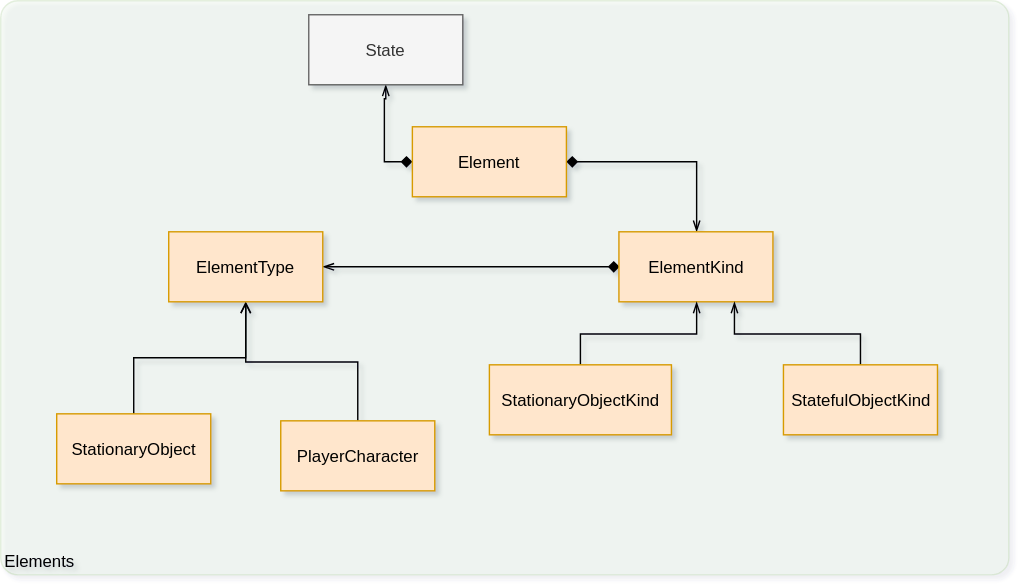
Earlier version of the draw.io export doc/KGRESS-Code - Elements.svg (kevinvandenbreemen/kgress). Source tidied: cells renumbered, new cells last; positions are measured from the earlier drawing's top-left corner, leaving out a move shared by most shapes. Source of this version:
```xml
<mxGraphModel>
  <root>
    <mxCell id="0" />
    <mxCell id="1" parent="0" />
    <object id="2" label="&lt;div style=&quot;text-align: left&quot;&gt;Elements&lt;/div&gt;" c4Application="applicationAndVersion" c4Name="name" c4Type="ExecutionEnvironment" placeholders="1">
      <mxCell style="rounded=1;whiteSpace=wrap;html=1;labelBackgroundColor=none;fillColor=#d5e8d4;align=left;arcSize=3;strokeColor=#82b366;verticalAlign=bottom;opacity=20;" parent="1" vertex="1">
        <mxGeometry width="720" height="410" as="geometry" />
      </mxCell>
    </object>
    <mxCell id="3" style="edgeStyle=orthogonalEdgeStyle;rounded=0;jettySize=auto;html=1;exitX=1;exitY=0.5;exitDx=0;exitDy=0;entryX=0.5;entryY=0;entryDx=0;entryDy=0;startArrow=diamond;startFill=1;endArrow=openThin;endFill=0;" parent="1" edge="1" source="5" target="7">
      <mxGeometry relative="1" as="geometry" />
    </mxCell>
    <mxCell id="4" style="edgeStyle=orthogonalEdgeStyle;rounded=0;jettySize=auto;html=1;exitX=0;exitY=0.5;exitDx=0;exitDy=0;entryX=0.5;entryY=1;entryDx=0;entryDy=0;startArrow=diamond;startFill=1;endArrow=openThin;endFill=0;" parent="1" edge="1" source="5" target="17">
      <mxGeometry relative="1" as="geometry" />
    </mxCell>
    <mxCell id="5" value="Element" style="html=1;fillColor=#ffe6cc;strokeColor=#d79b00;" parent="1" vertex="1">
      <mxGeometry x="294" y="90" width="110" height="50" as="geometry" />
    </mxCell>
    <mxCell id="6" style="edgeStyle=orthogonalEdgeStyle;rounded=0;jettySize=auto;html=1;exitX=0;exitY=0.5;exitDx=0;exitDy=0;startArrow=diamond;startFill=1;endArrow=openThin;endFill=0;" parent="1" edge="1" source="7" target="14">
      <mxGeometry relative="1" as="geometry" />
    </mxCell>
    <mxCell id="7" value="ElementKind" style="html=1;fillColor=#ffe6cc;strokeColor=#d79b00;" parent="1" vertex="1">
      <mxGeometry x="441.5" y="165" width="110" height="50" as="geometry" />
    </mxCell>
    <mxCell id="8" style="edgeStyle=orthogonalEdgeStyle;rounded=0;jettySize=auto;html=1;exitX=0.5;exitY=0;exitDx=0;exitDy=0;entryX=0.5;entryY=1;entryDx=0;entryDy=0;startArrow=none;startFill=0;endArrow=openThin;endFill=0;" parent="1" edge="1" source="9" target="7">
      <mxGeometry relative="1" as="geometry" />
    </mxCell>
    <mxCell id="9" value="StationaryObjectKind&lt;br&gt;" style="html=1;fillColor=#ffe6cc;strokeColor=#d79b00;" parent="1" vertex="1">
      <mxGeometry x="349" y="260" width="130" height="50" as="geometry" />
    </mxCell>
    <mxCell id="10" style="edgeStyle=orthogonalEdgeStyle;rounded=0;jettySize=auto;html=1;exitX=0.5;exitY=0;exitDx=0;exitDy=0;entryX=0.75;entryY=1;entryDx=0;entryDy=0;startArrow=none;startFill=0;endArrow=openThin;endFill=0;" parent="1" edge="1" source="11" target="7">
      <mxGeometry relative="1" as="geometry" />
    </mxCell>
    <mxCell id="11" value="StatefulObjectKind" style="html=1;fillColor=#ffe6cc;strokeColor=#d79b00;" parent="1" vertex="1">
      <mxGeometry x="559" y="260" width="110" height="50" as="geometry" />
    </mxCell>
    <mxCell id="12" style="edgeStyle=orthogonalEdgeStyle;rounded=0;jettySize=auto;html=1;startArrow=open;startFill=0;endArrow=none;endFill=0;" parent="1" edge="1" source="14" target="16">
      <mxGeometry relative="1" as="geometry" />
    </mxCell>
    <mxCell id="13" style="edgeStyle=orthogonalEdgeStyle;rounded=0;jettySize=auto;html=1;startArrow=open;startFill=0;endArrow=none;endFill=0;" parent="1" edge="1" source="14" target="15">
      <mxGeometry relative="1" as="geometry" />
    </mxCell>
    <mxCell id="14" value="ElementType" style="html=1;fillColor=#ffe6cc;strokeColor=#d79b00;" parent="1" vertex="1">
      <mxGeometry x="120" y="165" width="110" height="50" as="geometry" />
    </mxCell>
    <mxCell id="15" value="PlayerCharacter" style="html=1;fillColor=#ffe6cc;strokeColor=#d79b00;" parent="1" vertex="1">
      <mxGeometry x="200" y="300" width="110" height="50" as="geometry" />
    </mxCell>
    <mxCell id="16" value="StationaryObject" style="html=1;fillColor=#ffe6cc;strokeColor=#d79b00;" parent="1" vertex="1">
      <mxGeometry x="40" y="295" width="110" height="50" as="geometry" />
    </mxCell>
    <mxCell id="17" value="State" style="html=1;fillColor=#f5f5f5;strokeColor=#666666;fontColor=#333333;" parent="1" vertex="1">
      <mxGeometry x="220" y="10" width="110" height="50" as="geometry" />
    </mxCell>
  </root>
</mxGraphModel>
```
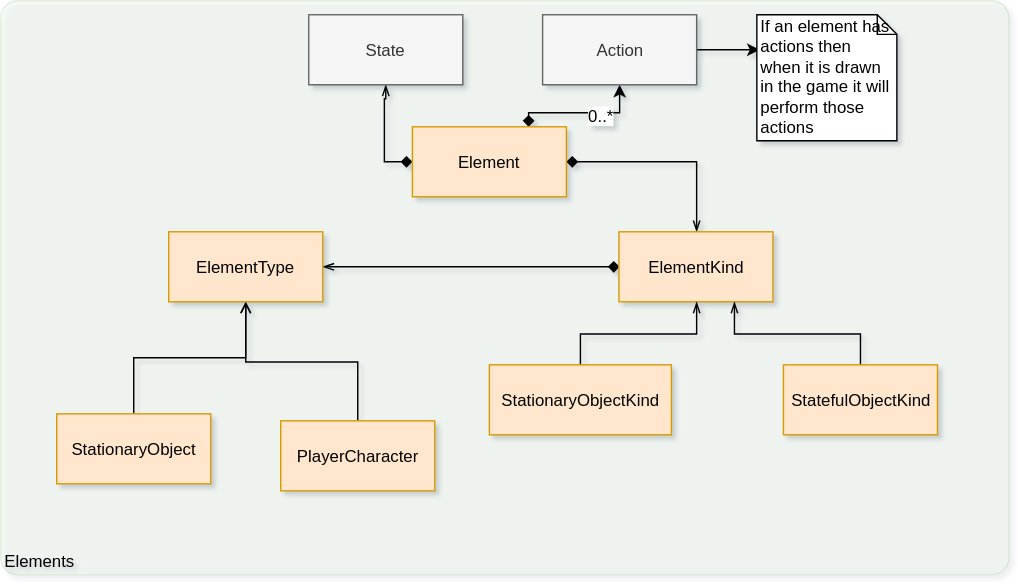
After the commit.

The edit, as a diff of the source:
```diff
@@ -13,6 +13,17 @@
     <mxCell id="4" style="edgeStyle=orthogonalEdgeStyle;rounded=0;jettySize=auto;html=1;exitX=0;exitY=0.5;exitDx=0;exitDy=0;entryX=0.5;entryY=1;entryDx=0;entryDy=0;startArrow=diamond;startFill=1;endArrow=openThin;endFill=0;" parent="1" edge="1" source="5" target="17">
       <mxGeometry relative="1" as="geometry" />
     </mxCell>
+    <mxCell id="18" style="edgeStyle=orthogonalEdgeStyle;rounded=0;jettySize=auto;html=1;exitX=0.75;exitY=0;exitDx=0;exitDy=0;entryX=0.5;entryY=1;entryDx=0;entryDy=0;startArrow=diamond;startFill=1;" parent="1" edge="1" source="5" target="21">
+      <mxGeometry relative="1" as="geometry">
+        <Array as="points">
+          <mxPoint x="377" y="80" />
+          <mxPoint x="442" y="80" />
+        </Array>
+      </mxGeometry>
+    </mxCell>
+    <mxCell id="19" value="0..*" style="text;html=1;align=center;verticalAlign=middle;labelBackgroundColor=#ffffff;" parent="18" vertex="1">
+      <mxGeometry x="0.28" y="-1" relative="1" as="geometry" />
+    </mxCell>
     <mxCell id="5" value="Element" style="html=1;fillColor=#ffe6cc;strokeColor=#d79b00;" parent="1" vertex="1">
       <mxGeometry x="294" y="90" width="110" height="50" as="geometry" />
     </mxCell>
@@ -52,5 +63,14 @@
     <mxCell id="17" value="State" style="html=1;fillColor=#f5f5f5;strokeColor=#666666;fontColor=#333333;" parent="1" vertex="1">
       <mxGeometry x="220" y="10" width="110" height="50" as="geometry" />
     </mxCell>
+    <mxCell id="20" style="edgeStyle=orthogonalEdgeStyle;rounded=0;jettySize=auto;html=1;exitX=1;exitY=0.5;exitDx=0;exitDy=0;entryX=0.02;entryY=0.278;entryDx=0;entryDy=0;entryPerimeter=0;startArrow=none;startFill=0;" parent="1" edge="1" source="21" target="22">
+      <mxGeometry relative="1" as="geometry" />
+    </mxCell>
+    <mxCell id="21" value="Action" style="html=1;fillColor=#f5f5f5;strokeColor=#666666;fontColor=#333333;" parent="1" vertex="1">
+      <mxGeometry x="387" y="10" width="110" height="50" as="geometry" />
+    </mxCell>
+    <mxCell id="22" value="If an element has actions then when it is drawn in the game it will perform those actions" style="shape=note;whiteSpace=wrap;html=1;size=14;verticalAlign=top;align=left;spacingTop=-6;" parent="1" vertex="1">
+      <mxGeometry x="540" y="10" width="100" height="90" as="geometry" />
+    </mxCell>
   </root>
 </mxGraphModel>
```
